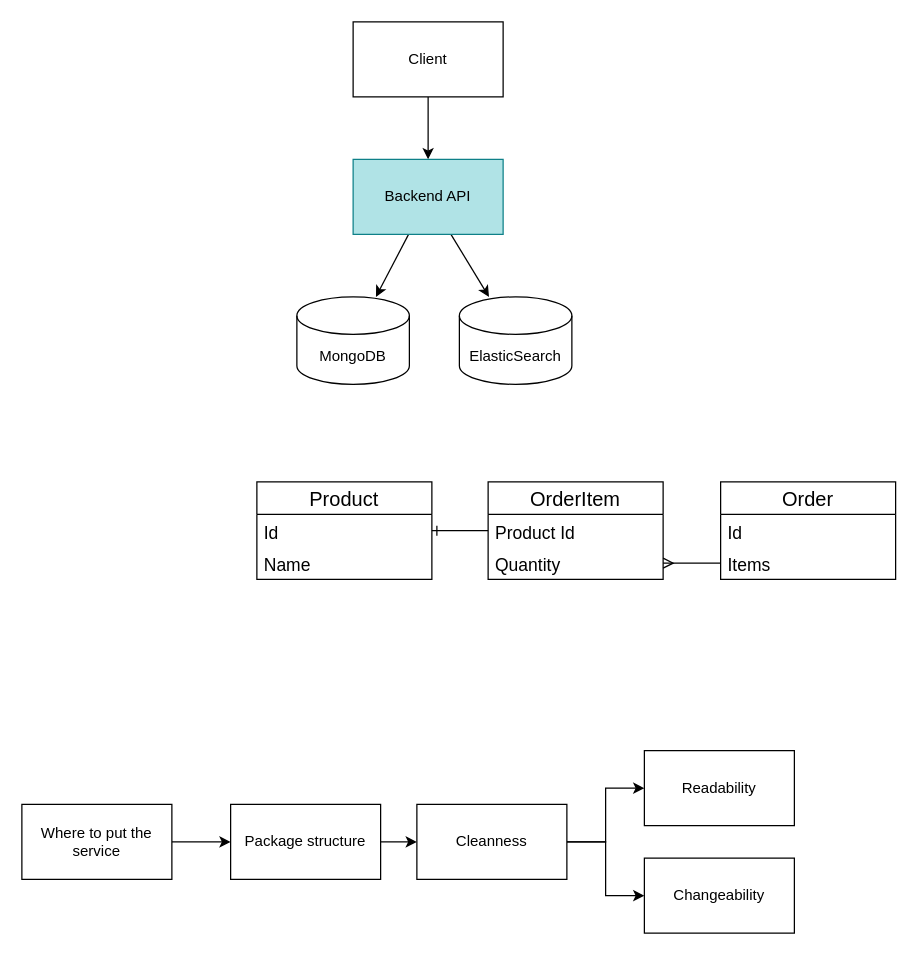
zatsepinvl/where-to-put-the-service keeps this draw.io diagram as page "Highlevel arch" (1 of 5) of where-to-put-the-service.drawio. Above is the earlier version. Source tidied: cells renumbered, new cells numbered last; positions are measured from the earlier drawing's top-left corner, leaving out a move shared by most shapes. Both pictures are drawn from the tidied source at 125%, with x=0, y=0 at pixel (21, 21).
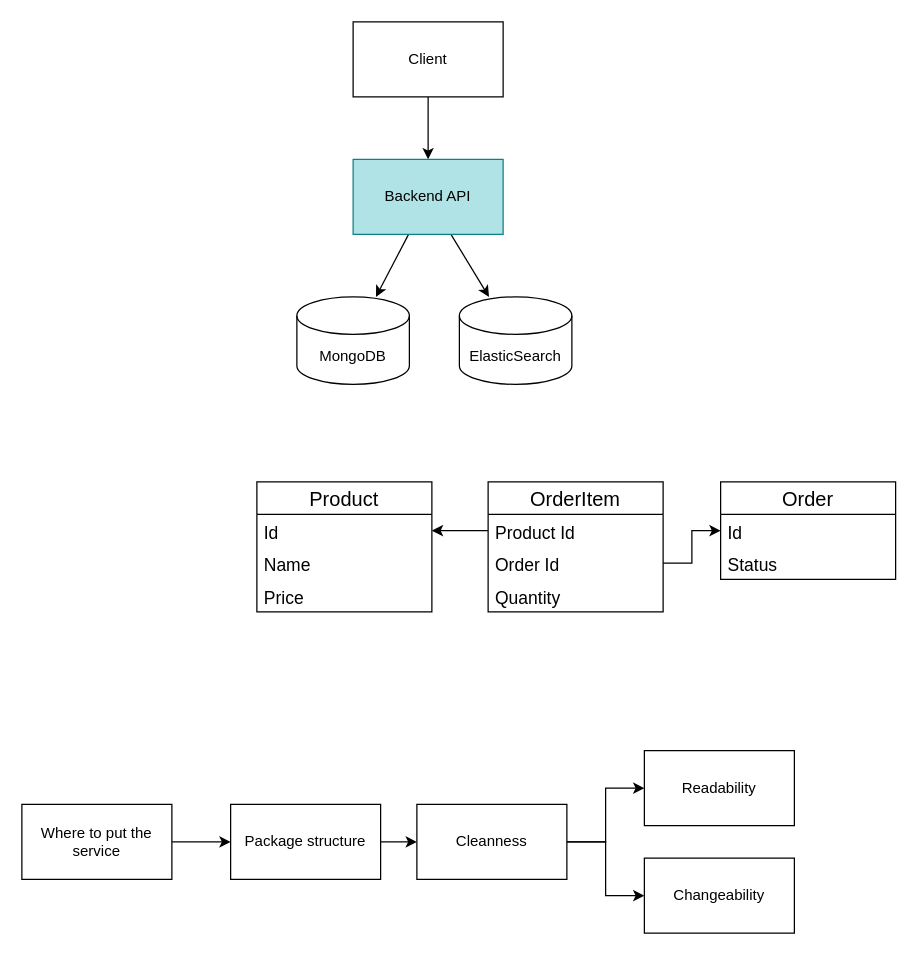
Above is the later version.

The change refers to these unchanged cells:
```xml
<mxCell id="10" value="Id" style="text;strokeColor=none;fillColor=none;align=left;verticalAlign=top;spacingLeft=4;spacingRight=4;overflow=hidden;points=[[0,0.5],[1,0.5]];portConstraint=eastwest;fontSize=14;" parent="9" vertex="1">
  <mxGeometry y="26" width="140" height="26" as="geometry" />
</mxCell>
<mxCell id="12" value="Order" style="swimlane;fontStyle=0;horizontal=1;startSize=26;fillColor=none;fontSize=16;align=center;" parent="1" vertex="1">
  <mxGeometry x="559" y="368" width="140" height="78" as="geometry" />
</mxCell>
<mxCell id="13" value="Id" style="text;strokeColor=none;fillColor=none;align=left;verticalAlign=top;spacingLeft=4;spacingRight=4;overflow=hidden;points=[[0,0.5],[1,0.5]];portConstraint=eastwest;fontSize=14;" parent="12" vertex="1">
  <mxGeometry y="26" width="140" height="26" as="geometry" />
</mxCell>
<mxCell id="16" value="Product Id" style="text;strokeColor=none;fillColor=none;align=left;verticalAlign=top;spacingLeft=4;spacingRight=4;overflow=hidden;points=[[0,0.5],[1,0.5]];portConstraint=eastwest;fontSize=14;" parent="15" vertex="1">
  <mxGeometry y="26" width="140" height="26" as="geometry" />
</mxCell>
```

Change to the diagram source:
```diff
@@
     <mxCell id="9" value="Product" style="swimlane;fontStyle=0;horizontal=1;startSize=26;fillColor=none;fontSize=16;align=center;" parent="1" vertex="1">
-      <mxGeometry x="188" y="368" width="140" height="78" as="geometry" />
+      <mxGeometry x="188" y="368" width="140" height="104" as="geometry" />
     </mxCell>
@@
+    <mxCell id="29" value="Price" style="text;strokeColor=none;fillColor=none;align=left;verticalAlign=top;spacingLeft=4;spacingRight=4;overflow=hidden;fontSize=14;" parent="9" vertex="1">
+      <mxGeometry y="78" width="140" height="26" as="geometry" />
+    </mxCell>
@@
-    <mxCell id="14" value="Items" style="text;strokeColor=none;fillColor=none;align=left;verticalAlign=top;spacingLeft=4;spacingRight=4;overflow=hidden;points=[[0,0.5],[1,0.5]];portConstraint=eastwest;fontSize=14;" parent="12" vertex="1">
-      <mxGeometry y="52" width="140" height="26" as="geometry" />
-    </mxCell>
+    <mxCell id="30" value="Status" style="text;strokeColor=none;fillColor=none;align=left;verticalAlign=top;spacingLeft=4;spacingRight=4;overflow=hidden;fontSize=14;" parent="12" vertex="1">
+      <mxGeometry y="52" width="140" height="26" as="geometry" />
+    </mxCell>
     <mxCell id="15" value="OrderItem" style="swimlane;fontStyle=0;horizontal=1;startSize=26;fillColor=none;fontSize=16;align=center;" parent="1" vertex="1">
-      <mxGeometry x="373" y="368" width="140" height="78" as="geometry" />
+      <mxGeometry x="373" y="368" width="140" height="104" as="geometry" />
     </mxCell>
@@
+    <mxCell id="31" value="Order Id" style="text;strokeColor=none;fillColor=none;align=left;verticalAlign=top;spacingLeft=4;spacingRight=4;overflow=hidden;points=[[0,0.5],[1,0.5]];portConstraint=eastwest;fontSize=14;" parent="15" vertex="1">
+      <mxGeometry y="52" width="140" height="26" as="geometry" />
+    </mxCell>
     <mxCell id="17" value="Quantity" style="text;strokeColor=none;fillColor=none;align=left;verticalAlign=top;spacingLeft=4;spacingRight=4;overflow=hidden;fontSize=14;" parent="15" vertex="1">
-      <mxGeometry y="52" width="140" height="26" as="geometry" />
+      <mxGeometry y="78" width="140" height="26" as="geometry" />
     </mxCell>
-    <mxCell id="18" style="edgeStyle=elbowEdgeStyle;rounded=0;jumpStyle=arc;jettySize=auto;elbow=vertical;html=1;fontSize=16;endArrow=ERmany;endFill=0;" parent="1" edge="1" source="14" target="15">
+    <mxCell id="18" style="edgeStyle=elbowEdgeStyle;rounded=0;jumpStyle=arc;jettySize=auto;elbow=vertical;html=1;fontSize=16;endArrow=classic;endFill=1;startArrow=none;startFill=0;" parent="1" edge="1" source="31" target="13">
       <mxGeometry relative="1" as="geometry" />
     </mxCell>
-    <mxCell id="19" style="edgeStyle=elbowEdgeStyle;rounded=0;jumpStyle=arc;jettySize=auto;elbow=vertical;html=1;endArrow=ERone;endFill=0;fontSize=16;" parent="1" edge="1" source="16" target="9">
+    <mxCell id="19" style="edgeStyle=elbowEdgeStyle;rounded=0;jumpStyle=arc;jettySize=auto;elbow=vertical;html=1;endArrow=classic;endFill=1;fontSize=16;startArrow=none;startFill=0;" parent="1" edge="1" source="16" target="10">
       <mxGeometry relative="1" as="geometry" />
     </mxCell>
```
